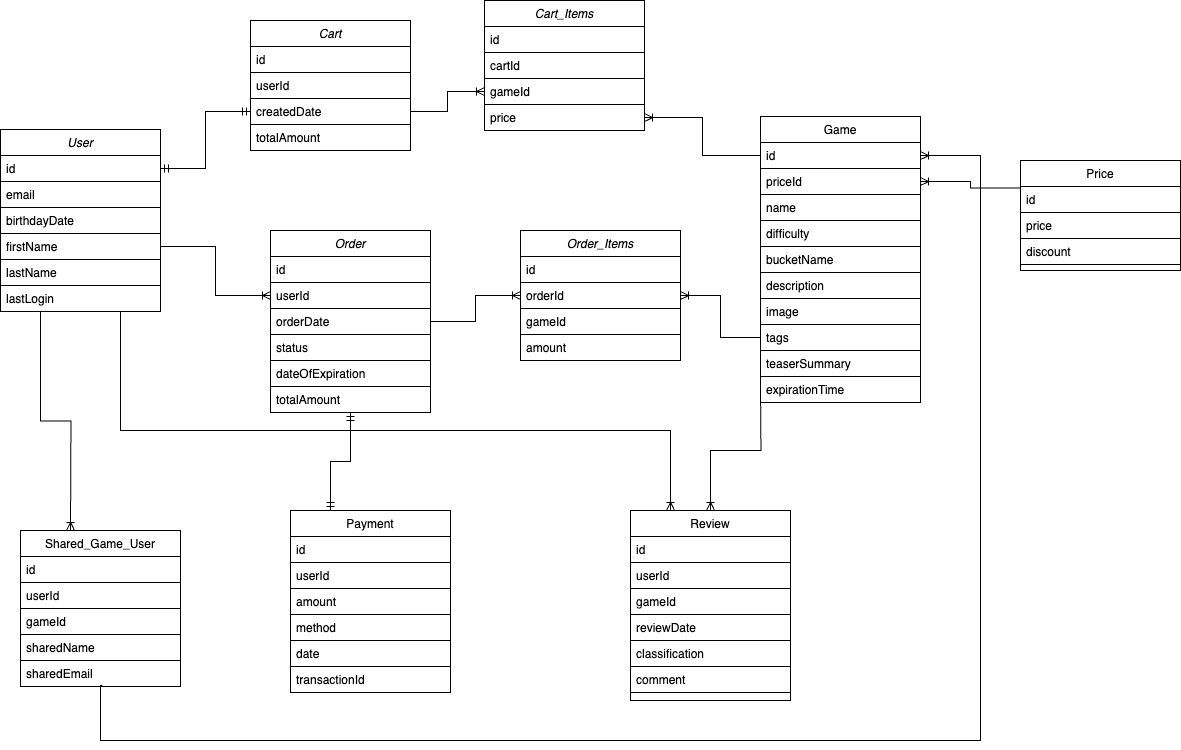
Earlier version of the draw.io export main_db.drawio.png (tomasferreiradesa/desarquivados-platform-db-schema). Source tidied: cells renumbered, new cells last; positions are measured from the earlier drawing's top-left corner, leaving out a move shared by most shapes.
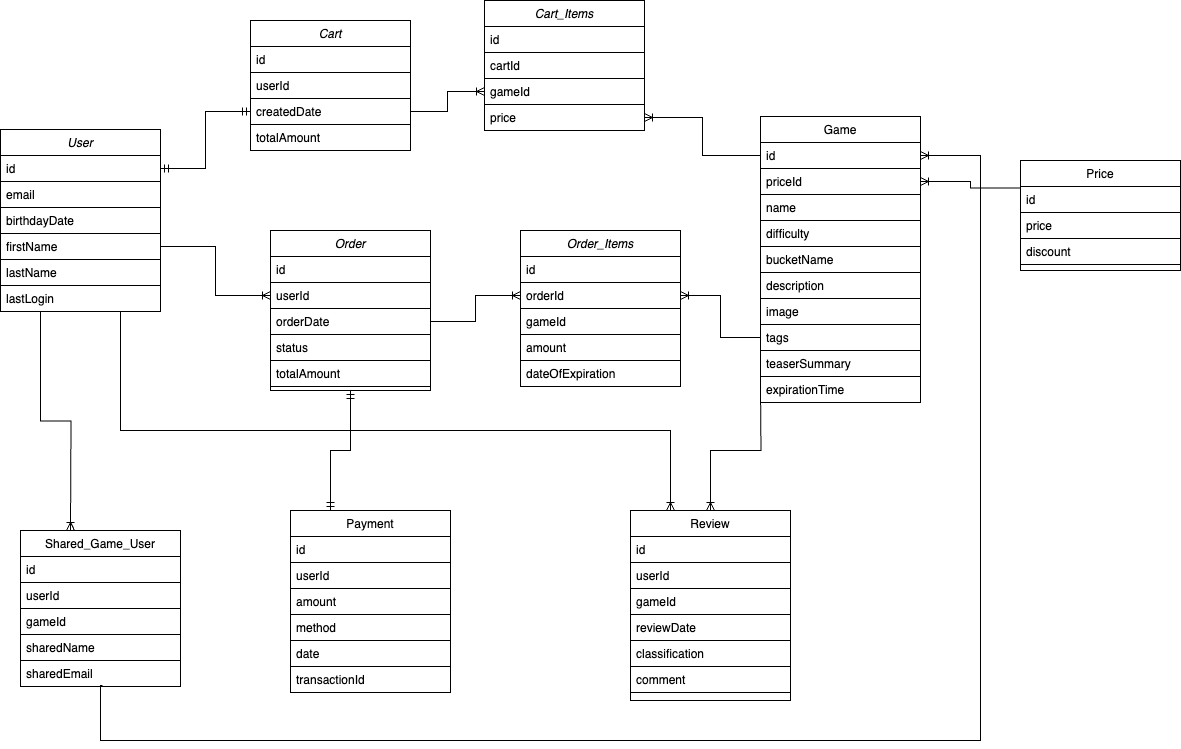
After the commit.

What changed in the source:
```diff
@@ -3,7 +3,7 @@
     <mxCell id="0" />
     <mxCell id="1" parent="0" />
     <mxCell id="2" value="Order" style="swimlane;fontStyle=2;align=center;verticalAlign=top;horizontal=1;startSize=26;rounded=0;shadow=0;strokeWidth=1;fillColor=none;strokeColor=#000000;fontColor=default;" parent="1" vertex="1">
-      <mxGeometry x="270" y="230" width="160" height="182" as="geometry" />
+      <mxGeometry x="270" y="230" width="160" height="160" as="geometry" />
     </mxCell>
     <mxCell id="3" value="id" style="text;align=left;verticalAlign=top;spacingLeft=4;spacingRight=4;overflow=hidden;fillColor=none;strokeColor=#000000;fontColor=default;" parent="2" vertex="1">
       <mxGeometry y="26" width="160" height="26" as="geometry" />
@@ -17,11 +17,8 @@
     <mxCell id="6" value="status" style="text;align=left;verticalAlign=top;spacingLeft=4;spacingRight=4;overflow=hidden;rounded=0;shadow=0;html=0;fillColor=none;strokeColor=#000000;fontColor=default;" parent="2" vertex="1">
       <mxGeometry y="104" width="160" height="26" as="geometry" />
     </mxCell>
-    <mxCell id="7" value="dateOfExpiration" style="text;align=left;verticalAlign=top;spacingLeft=4;spacingRight=4;overflow=hidden;rounded=0;shadow=0;html=0;fillColor=none;strokeColor=#000000;fontColor=default;" parent="2" vertex="1">
-      <mxGeometry y="130" width="160" height="26" as="geometry" />
-    </mxCell>
     <mxCell id="8" value="totalAmount" style="text;align=left;verticalAlign=top;spacingLeft=4;spacingRight=4;overflow=hidden;rounded=0;shadow=0;html=0;fillColor=none;strokeColor=#000000;fontColor=default;" parent="2" vertex="1">
-      <mxGeometry y="156" width="160" height="26" as="geometry" />
+      <mxGeometry y="130" width="160" height="26" as="geometry" />
     </mxCell>
     <mxCell id="9" value="Review" style="swimlane;fontStyle=0;align=center;verticalAlign=top;horizontal=1;startSize=26;rounded=0;shadow=0;strokeWidth=1;fillColor=none;strokeColor=#000000;fontColor=default;" parent="1" vertex="1">
       <mxGeometry x="630" y="510" width="160" height="190" as="geometry" />
@@ -117,7 +114,7 @@
       <mxGeometry y="156" width="160" height="26" as="geometry" />
     </mxCell>
     <mxCell id="40" value="Order_Items" style="swimlane;fontStyle=2;align=center;verticalAlign=top;horizontal=1;startSize=26;rounded=0;shadow=0;strokeWidth=1;fillColor=none;strokeColor=#000000;fontColor=default;" parent="1" vertex="1">
-      <mxGeometry x="520" y="230" width="160" height="130" as="geometry" />
+      <mxGeometry x="520" y="230" width="160" height="156" as="geometry" />
     </mxCell>
     <mxCell id="41" value="id" style="text;align=left;verticalAlign=top;spacingLeft=4;spacingRight=4;overflow=hidden;fillColor=none;strokeColor=#000000;fontColor=default;" parent="40" vertex="1">
       <mxGeometry y="26" width="160" height="26" as="geometry" />
@@ -131,6 +128,9 @@
     <mxCell id="44" value="amount" style="text;align=left;verticalAlign=top;spacingLeft=4;spacingRight=4;overflow=hidden;rounded=0;shadow=0;html=0;fillColor=none;strokeColor=#000000;fontColor=default;" parent="40" vertex="1">
       <mxGeometry y="104" width="160" height="26" as="geometry" />
     </mxCell>
+    <mxCell id="7" value="dateOfExpiration" style="text;align=left;verticalAlign=top;spacingLeft=4;spacingRight=4;overflow=hidden;rounded=0;shadow=0;html=0;fillColor=none;strokeColor=#000000;fontColor=default;" parent="40" vertex="1">
+      <mxGeometry y="130" width="160" height="26" as="geometry" />
+    </mxCell>
     <mxCell id="45" value="Payment" style="swimlane;fontStyle=0;align=center;verticalAlign=top;horizontal=1;startSize=26;rounded=0;shadow=0;strokeWidth=1;fillColor=none;strokeColor=#000000;fontColor=default;" parent="1" vertex="1">
       <mxGeometry x="290" y="510" width="160" height="182" as="geometry" />
     </mxCell>
```
